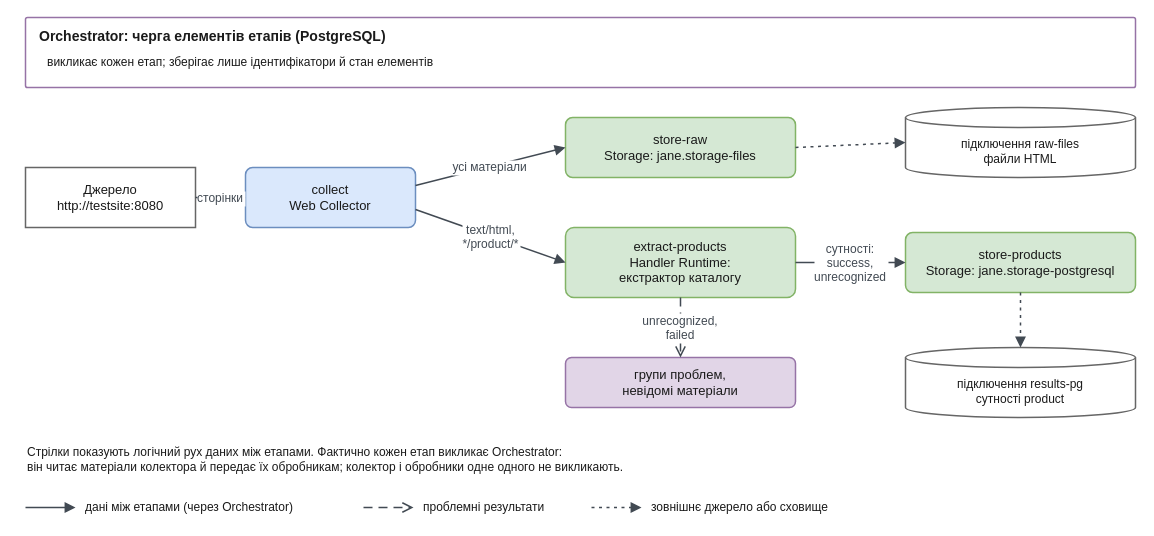
sql-monk/Jane keeps this draw.io diagram as docs/diagrams/platform/task-dataflow.drawio. Above is the earlier version. Source tidied: cells renumbered, new cells numbered last; positions are measured from the earlier drawing's top-left corner, leaving out a move shared by most shapes. Both pictures are drawn from the tidied source at 100%, with x=0, y=0 at pixel (25, 17).
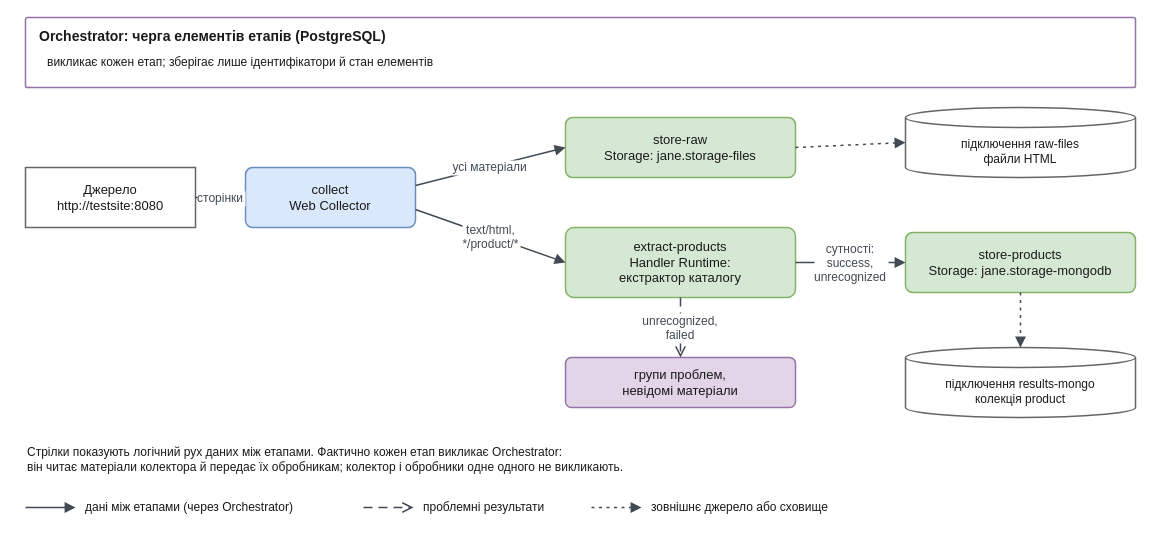
Above is the later version.

Diff of the diagram source:
```diff
@@
-    <mxCell id="10" value="store-products&#10;Storage: jane.storage-postgresql" style="rounded=1;arcSize=12;whiteSpace=wrap;html=0;fontSize=13;fontFamily=Helvetica;fontColor=light-dark(#1A1A1A,#E6EDF3);fillColor=light-dark(#D5E8D4,#1F3D29);strokeColor=light-dark(#82B366,#7DBE6A);strokeWidth=1.5;" parent="1" vertex="1">
+    <mxCell id="10" value="store-products&#10;Storage: jane.storage-mongodb" style="rounded=1;arcSize=12;whiteSpace=wrap;html=0;fontSize=13;fontFamily=Helvetica;fontColor=light-dark(#1A1A1A,#E6EDF3);fillColor=light-dark(#D5E8D4,#1F3D29);strokeColor=light-dark(#82B366,#7DBE6A);strokeWidth=1.5;" parent="1" vertex="1">
       <mxGeometry x="880" y="215" width="230" height="60" as="geometry" />
     </mxCell>
-    <mxCell id="11" value="підключення results-pg&#10;сутності product" style="shape=cylinder3;boundedLbl=1;backgroundOutline=1;size=10;whiteSpace=wrap;html=0;fontSize=12;fontFamily=Helvetica;fontColor=light-dark(#1A1A1A,#E6EDF3);fillColor=light-dark(#FFFFFF,#161B22);strokeColor=light-dark(#666666,#8B949E);strokeWidth=1.5;" parent="1" vertex="1">
+    <mxCell id="11" value="підключення results-mongo&#10;колекція product" style="shape=cylinder3;boundedLbl=1;backgroundOutline=1;size=10;whiteSpace=wrap;html=0;fontSize=12;fontFamily=Helvetica;fontColor=light-dark(#1A1A1A,#E6EDF3);fillColor=light-dark(#FFFFFF,#161B22);strokeColor=light-dark(#666666,#8B949E);strokeWidth=1.5;" parent="1" vertex="1">
       <mxGeometry x="880" y="330" width="230" height="70" as="geometry" />
     </mxCell>
```
